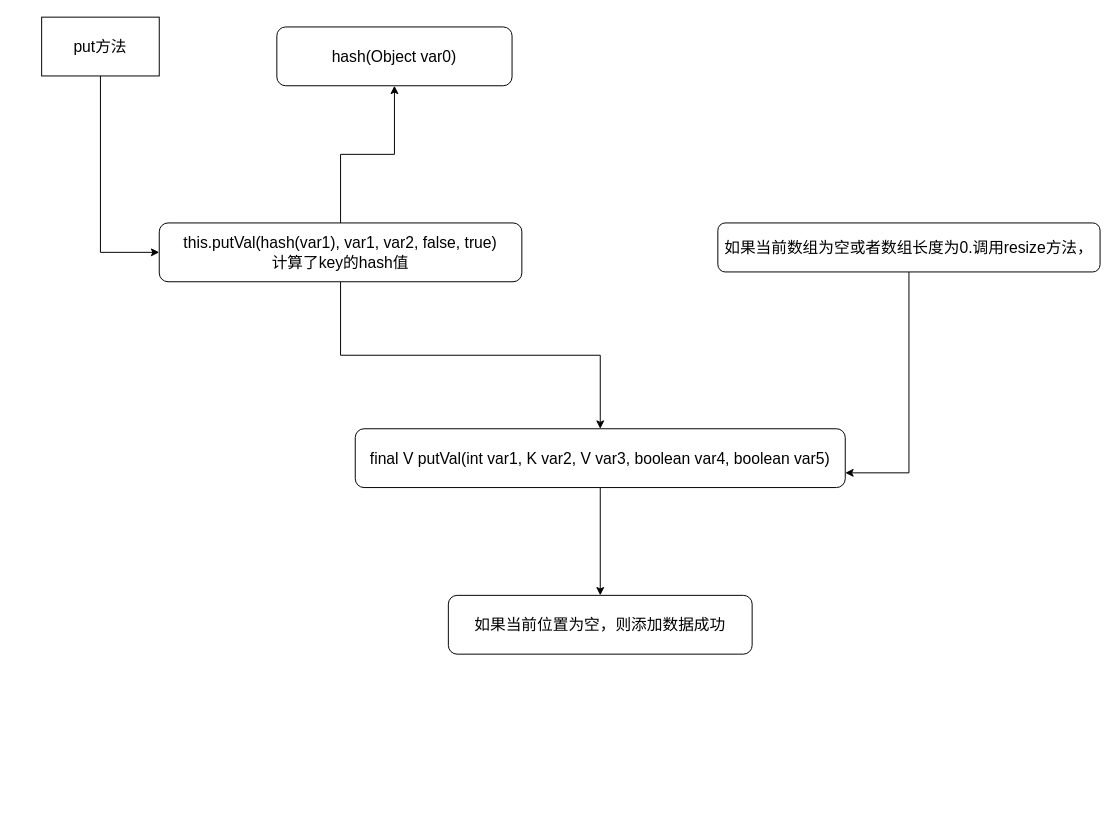
Above: Java 基础/HashMap的put方法.drawio in lzyooyle/TikTok (draw.io), before the change. Source tidied: cells renumbered, new cells numbered last; positions are measured from the earlier drawing's top-left corner, leaving out a move shared by most shapes. Both pictures are drawn from the tidied source at 98%, with x=0, y=0 at pixel (41, 17).
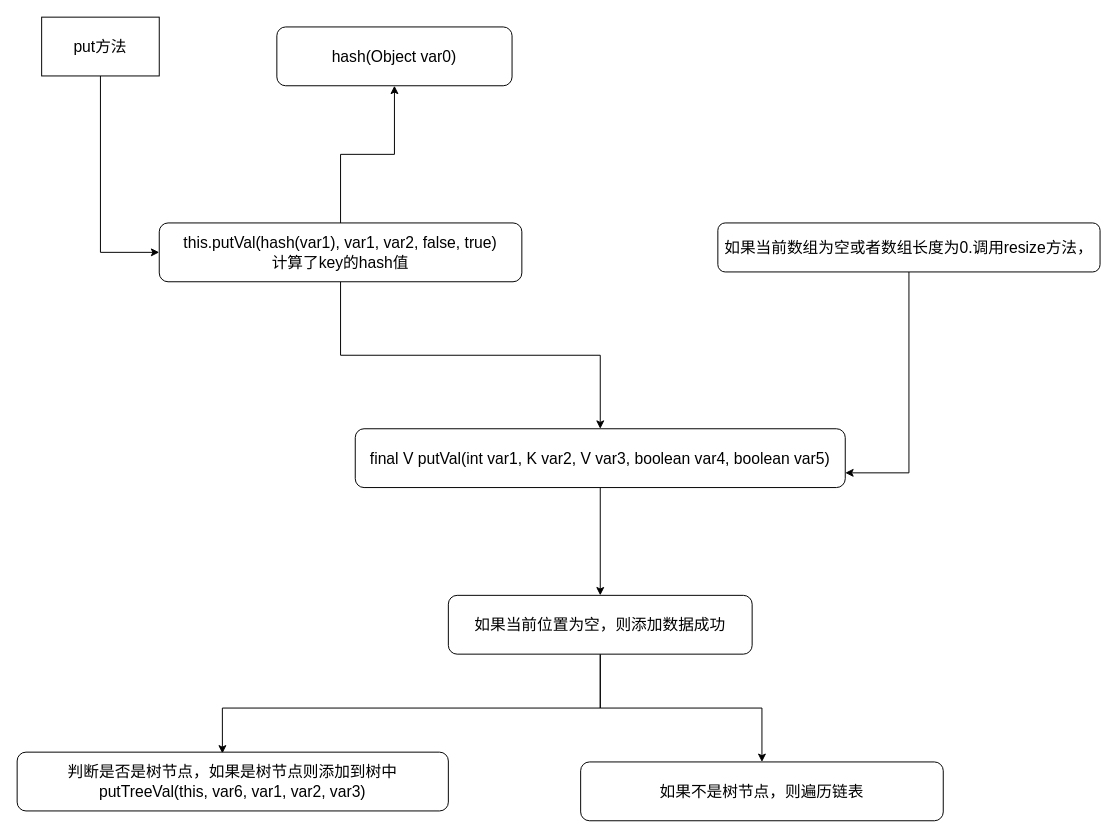
Above is the later version.

Change to the diagram source:
```diff
@@
 <mxGraphModel>
   <root>
     <mxCell id="0" />
     <mxCell id="1" parent="0" />
     <mxCell id="2" style="edgeStyle=orthogonalEdgeStyle;rounded=0;jettySize=auto;html=1;fontSize=16;entryX=0;entryY=0.5;entryDx=0;entryDy=0;" parent="1" edge="1" source="3" target="6">
       <mxGeometry relative="1" as="geometry" />
     </mxCell>
     <mxCell id="3" value="&lt;font style=&quot;font-size: 16px&quot;&gt;put方法&lt;/font&gt;" style="rounded=0;whiteSpace=wrap;html=1;" parent="1" vertex="1">
       <mxGeometry width="120" height="60" as="geometry" />
     </mxCell>
     <mxCell id="4" style="edgeStyle=orthogonalEdgeStyle;rounded=0;jettySize=auto;html=1;exitX=0.5;exitY=1;exitDx=0;exitDy=0;entryX=0.5;entryY=0;entryDx=0;entryDy=0;fontSize=16;" parent="1" edge="1" source="6" target="9">
       <mxGeometry relative="1" as="geometry" />
     </mxCell>
     <mxCell id="5" style="edgeStyle=orthogonalEdgeStyle;rounded=0;jettySize=auto;html=1;entryX=0.5;entryY=1;entryDx=0;entryDy=0;fontSize=16;" parent="1" edge="1" source="6" target="7">
       <mxGeometry relative="1" as="geometry" />
     </mxCell>
     <mxCell id="6" value="this.putVal(hash(var1), var1, var2, false, true)&lt;br&gt;计算了key的hash值" style="rounded=1;whiteSpace=wrap;html=1;fontSize=16;" parent="1" vertex="1">
       <mxGeometry x="120" y="210" width="370" height="60" as="geometry" />
     </mxCell>
     <mxCell id="7" value="hash(Object var0)" style="rounded=1;whiteSpace=wrap;html=1;fontSize=16;" parent="1" vertex="1">
       <mxGeometry x="240" y="10" width="240" height="60" as="geometry" />
     </mxCell>
     <mxCell id="8" style="edgeStyle=orthogonalEdgeStyle;rounded=0;jettySize=auto;html=1;fontSize=16;" parent="1" edge="1" source="9" target="12">
       <mxGeometry relative="1" as="geometry" />
     </mxCell>
     <mxCell id="9" value="final V putVal(int var1, K var2, V var3, boolean var4, boolean var5)" style="rounded=1;whiteSpace=wrap;html=1;fontSize=16;" parent="1" vertex="1">
       <mxGeometry x="320" y="420" width="500" height="60" as="geometry" />
     </mxCell>
     <mxCell id="10" style="edgeStyle=orthogonalEdgeStyle;rounded=0;jettySize=auto;html=1;entryX=1;entryY=0.75;entryDx=0;entryDy=0;fontSize=16;" parent="1" edge="1" source="11" target="9">
       <mxGeometry relative="1" as="geometry" />
     </mxCell>
     <mxCell id="11" value="如果当前数组为空或者数组长度为0.调用resize方法，" style="rounded=1;whiteSpace=wrap;html=1;fontSize=16;" parent="1" vertex="1">
       <mxGeometry x="690" y="210" width="390" height="50" as="geometry" />
     </mxCell>
+    <mxCell id="13" style="edgeStyle=orthogonalEdgeStyle;rounded=0;jettySize=auto;html=1;entryX=0.476;entryY=0.023;entryDx=0;entryDy=0;entryPerimeter=0;fontSize=16;" parent="1" edge="1" source="12" target="15">
+      <mxGeometry relative="1" as="geometry">
+        <Array as="points">
+          <mxPoint x="570" y="705" />
+        </Array>
+      </mxGeometry>
+    </mxCell>
+    <mxCell id="14" style="edgeStyle=orthogonalEdgeStyle;rounded=0;jettySize=auto;html=1;exitX=0.5;exitY=1;exitDx=0;exitDy=0;fontSize=16;" parent="1" edge="1" source="12" target="16">
+      <mxGeometry relative="1" as="geometry" />
+    </mxCell>
     <mxCell id="12" value="如果当前位置为空，则添加数据成功" style="rounded=1;whiteSpace=wrap;html=1;fontSize=16;" parent="1" vertex="1">
       <mxGeometry x="415" y="590" width="310" height="60" as="geometry" />
     </mxCell>
+    <mxCell id="15" value="判断是否是树节点，如果是树节点则添加到树中&lt;br&gt;putTreeVal(this, var6, var1, var2, var3)" style="rounded=1;whiteSpace=wrap;html=1;fontSize=16;" parent="1" vertex="1">
+      <mxGeometry x="-25" y="750" width="440" height="60" as="geometry" />
+    </mxCell>
+    <mxCell id="16" value="如果不是树节点，则遍历链表" style="rounded=1;whiteSpace=wrap;html=1;fontSize=16;" parent="1" vertex="1">
+      <mxGeometry x="550" y="760" width="370" height="60" as="geometry" />
+    </mxCell>
   </root>
 </mxGraphModel>
```
